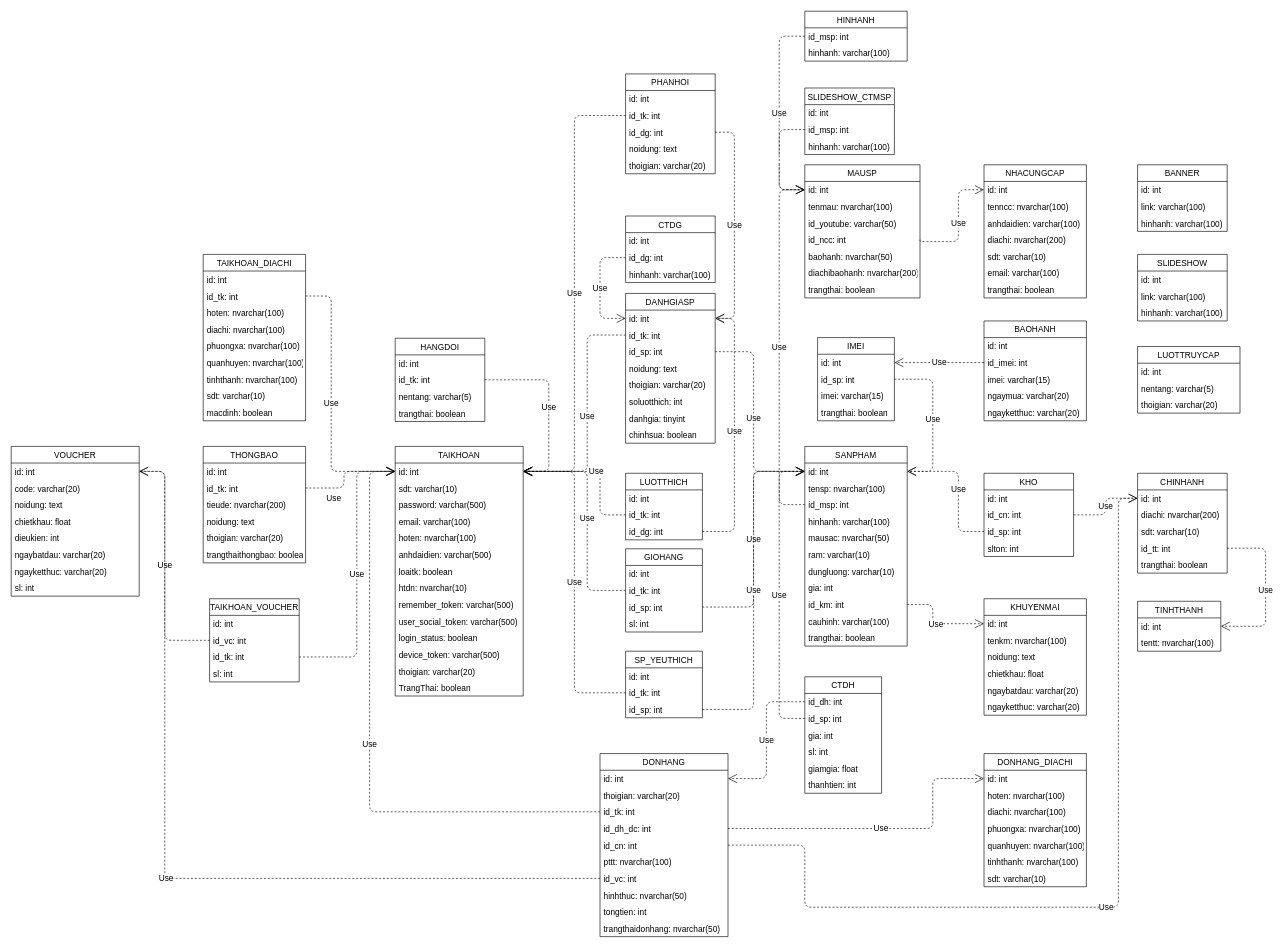
The draw.io diagram Mô hình/ClassDiagram_CSDL.drawio in LammVuu/DATT, before the edit. Source tidied: cells renumbered, new cells numbered last; positions are measured from the earlier drawing's top-left corner, leaving out a move shared by most shapes. Both pictures are drawn from the tidied source at 64%, with x=0, y=0 at pixel (11, 11).
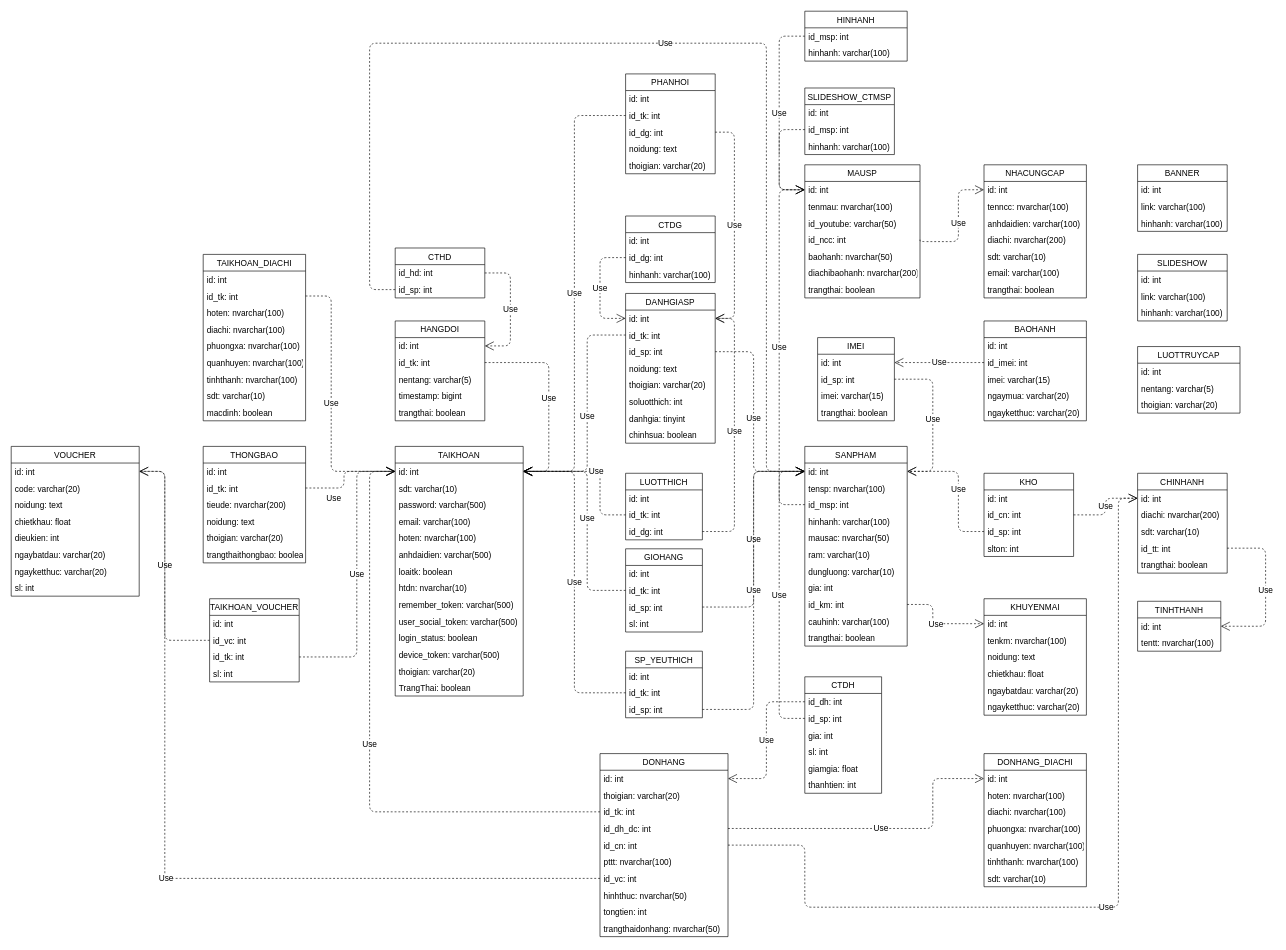
The same page after the edit.

The change refers to these unchanged cells:
```xml
<mxCell id="19" value="id: int" style="text;strokeColor=none;fillColor=none;align=left;verticalAlign=top;spacingLeft=4;spacingRight=4;overflow=hidden;points=[[0,0.5],[1,0.5]];portConstraint=eastwest;fontSize=13;" parent="18" vertex="1">
  <mxGeometry y="26" width="160" height="26" as="geometry" />
</mxCell>
<mxCell id="56" value="id: int" style="text;strokeColor=none;fillColor=none;align=left;verticalAlign=top;spacingLeft=4;spacingRight=4;overflow=hidden;points=[[0,0.5],[1,0.5]];portConstraint=eastwest;fontSize=13;" parent="55" vertex="1">
  <mxGeometry y="26" width="200" height="26" as="geometry" />
</mxCell>
<mxCell id="217" value="id: int" style="text;strokeColor=none;fillColor=none;align=left;verticalAlign=top;spacingLeft=4;spacingRight=4;overflow=hidden;points=[[0,0.5],[1,0.5]];portConstraint=eastwest;fontSize=13;" parent="216" vertex="1">
  <mxGeometry y="26" width="140" height="26" as="geometry" />
</mxCell>
<mxCell id="218" value="id_tk: int" style="text;strokeColor=none;fillColor=none;align=left;verticalAlign=top;spacingLeft=4;spacingRight=4;overflow=hidden;points=[[0,0.5],[1,0.5]];portConstraint=eastwest;fontSize=13;" parent="216" vertex="1">
  <mxGeometry y="52" width="140" height="26" as="geometry" />
</mxCell>
```

Diff of the diagram source:
```diff
@@
     <mxCell id="216" value="HANGDOI" style="swimlane;fontStyle=0;horizontal=1;startSize=26;fillColor=none;fontSize=13;" parent="1" vertex="1">
-      <mxGeometry x="600" y="511" width="140" height="130" as="geometry" />
+      <mxGeometry x="600" y="484" width="140" height="156" as="geometry" />
     </mxCell>
@@
+    <mxCell id="222" value="timestamp: bigint" style="text;strokeColor=none;fillColor=none;align=left;verticalAlign=top;spacingLeft=4;spacingRight=4;overflow=hidden;fontSize=13;" parent="216" vertex="1">
+      <mxGeometry y="104" width="140" height="26" as="geometry" />
+    </mxCell>
     <mxCell id="220" value="trangthai: boolean" style="text;strokeColor=none;fillColor=none;align=left;verticalAlign=top;spacingLeft=4;spacingRight=4;overflow=hidden;fontSize=13;" parent="216" vertex="1">
-      <mxGeometry y="104" width="140" height="26" as="geometry" />
+      <mxGeometry y="130" width="140" height="26" as="geometry" />
     </mxCell>
     <mxCell id="221" value="Use" style="endArrow=open;endSize=12;dashed=1;html=1;edgeStyle=orthogonalEdgeStyle;exitX=1;exitY=0.5;exitDx=0;exitDy=0;fontSize=13;entryX=1;entryY=0.5;entryDx=0;entryDy=0;" parent="1" edge="1" source="218" target="56">
       <mxGeometry relative="1" as="geometry">
         <Array as="points">
-          <mxPoint x="840" y="576" />
+          <mxPoint x="840" y="549" />
           <mxPoint x="840" y="719" />
         </Array>
       </mxGeometry>
     </mxCell>
+    <mxCell id="223" value="CTHD" style="swimlane;fontStyle=0;horizontal=1;startSize=26;fillColor=none;fontSize=13;" parent="1" vertex="1">
+      <mxGeometry x="600" y="370" width="140" height="78" as="geometry" />
+    </mxCell>
+    <mxCell id="224" value="id_hd: int" style="text;strokeColor=none;fillColor=none;align=left;verticalAlign=top;spacingLeft=4;spacingRight=4;overflow=hidden;points=[[0,0.5],[1,0.5]];portConstraint=eastwest;fontSize=13;" parent="223" vertex="1">
+      <mxGeometry y="26" width="140" height="26" as="geometry" />
+    </mxCell>
+    <mxCell id="225" value="id_sp: int" style="text;strokeColor=none;fillColor=none;align=left;verticalAlign=top;spacingLeft=4;spacingRight=4;overflow=hidden;points=[[0,0.5],[1,0.5]];portConstraint=eastwest;fontSize=13;" parent="223" vertex="1">
+      <mxGeometry y="52" width="140" height="26" as="geometry" />
+    </mxCell>
+    <mxCell id="226" value="Use" style="endArrow=open;endSize=12;dashed=1;html=1;edgeStyle=orthogonalEdgeStyle;exitX=1;exitY=0.5;exitDx=0;exitDy=0;fontSize=13;entryX=1;entryY=0.5;entryDx=0;entryDy=0;" parent="1" edge="1" source="224" target="217">
+      <mxGeometry relative="1" as="geometry">
+        <Array as="points">
+          <mxPoint x="780" y="409" />
+          <mxPoint x="780" y="523" />
+        </Array>
+      </mxGeometry>
+    </mxCell>
+    <mxCell id="227" value="Use" style="endArrow=open;endSize=12;dashed=1;html=1;edgeStyle=orthogonalEdgeStyle;exitX=0;exitY=0.5;exitDx=0;exitDy=0;fontSize=13;entryX=0;entryY=0.5;entryDx=0;entryDy=0;" parent="1" edge="1" source="225" target="19">
+      <mxGeometry relative="1" as="geometry">
+        <Array as="points">
+          <mxPoint x="560" y="435" />
+          <mxPoint x="560" y="50" />
+          <mxPoint x="1180" y="50" />
+          <mxPoint x="1180" y="719" />
+        </Array>
+      </mxGeometry>
+    </mxCell>
```
